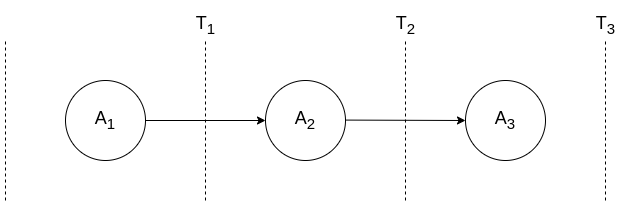
Above: docs/images/A-chain.png in orbitdb-archive/orbit-db-nextgen (draw.io), before the change. Source tidied: cells renumbered, new cells last; positions are measured from the earlier drawing's top-left corner, leaving out a move shared by most shapes.
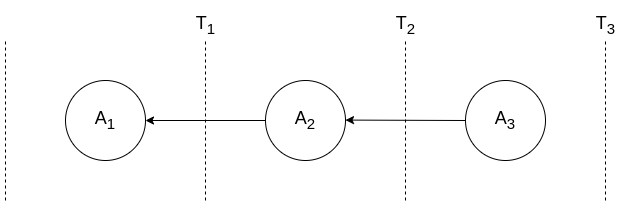
Above is the later version.

What changed in the source:
```diff
@@ -11,7 +11,7 @@
     <mxCell id="4" value="&lt;font style=&quot;font-size: 18px;&quot;&gt;A&lt;sub&gt;3&lt;/sub&gt;&lt;/font&gt;" style="ellipse;whiteSpace=wrap;html=1;" parent="1" vertex="1">
       <mxGeometry x="460" y="75" width="80" height="80" as="geometry" />
     </mxCell>
-    <mxCell id="5" style="endArrow=classic;html=1;rounded=0;exitX=1;exitY=0.5;exitDx=0;exitDy=0;entryX=0;entryY=0.5;entryDx=0;entryDy=0;" parent="1" edge="1" source="2" target="3">
+    <mxCell id="5" style="endArrow=classic;html=1;rounded=0;exitX=0;exitY=0.5;exitDx=0;exitDy=0;entryX=1;entryY=0.5;entryDx=0;entryDy=0;" parent="1" edge="1" source="3" target="2">
       <mxGeometry relative="1" as="geometry" />
     </mxCell>
     <mxCell id="6" style="endArrow=none;dashed=1;html=1;rounded=0;" parent="1" edge="1">
@@ -38,9 +38,9 @@
         <mxPoint x="600" y="35" as="targetPoint" />
       </mxGeometry>
     </mxCell>
-    <mxCell id="10" style="endArrow=classic;html=1;rounded=0;exitX=1;exitY=0.5;exitDx=0;exitDy=0;entryX=0;entryY=0.5;entryDx=0;entryDy=0;" parent="1" edge="1" target="4">
+    <mxCell id="10" style="endArrow=classic;html=1;rounded=0;exitX=0;exitY=0.5;exitDx=0;exitDy=0;entryX=0;entryY=0.5;entryDx=0;entryDy=0;" parent="1" edge="1" source="4">
       <mxGeometry relative="1" as="geometry">
-        <mxPoint x="340" y="114.6" as="sourcePoint" />
+        <mxPoint x="340" y="114.6" as="targetPoint" />
       </mxGeometry>
     </mxCell>
     <mxCell id="11" value="&lt;font style=&quot;font-size: 18px;&quot;&gt;T&lt;sub&gt;1&lt;/sub&gt;&lt;/font&gt;" style="text;html=1;align=center;verticalAlign=middle;strokeColor=none;fillColor=none;" parent="1" vertex="1">
```
